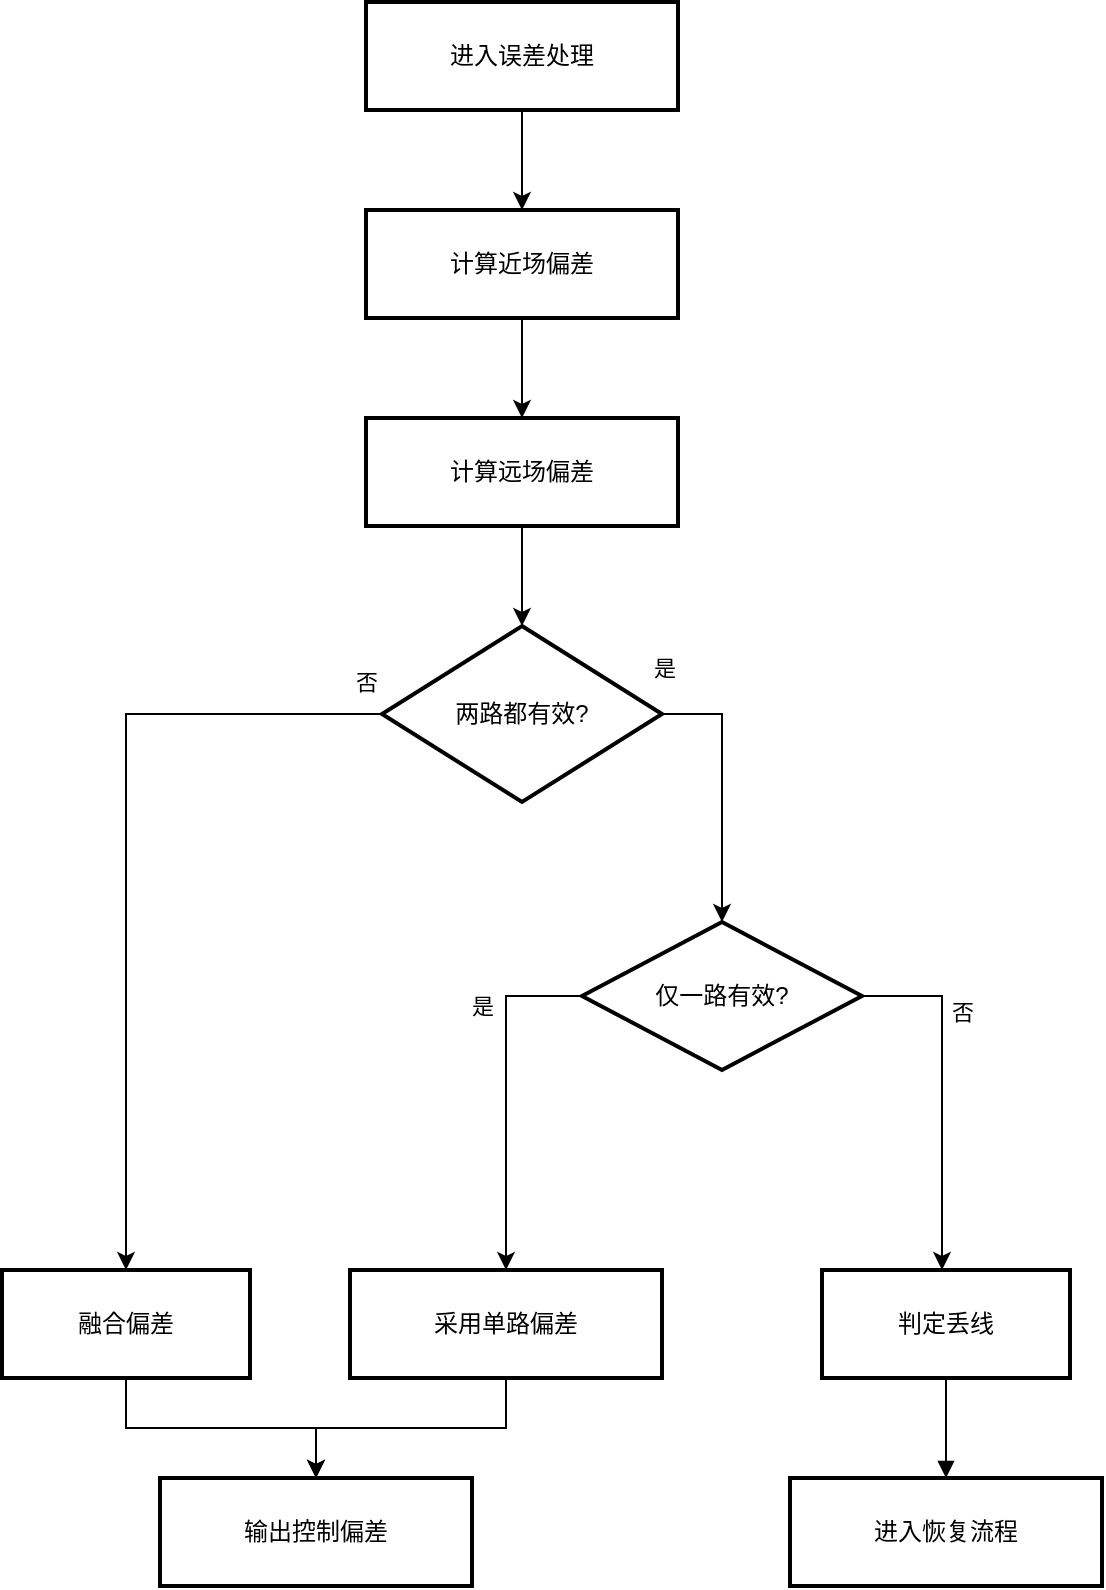
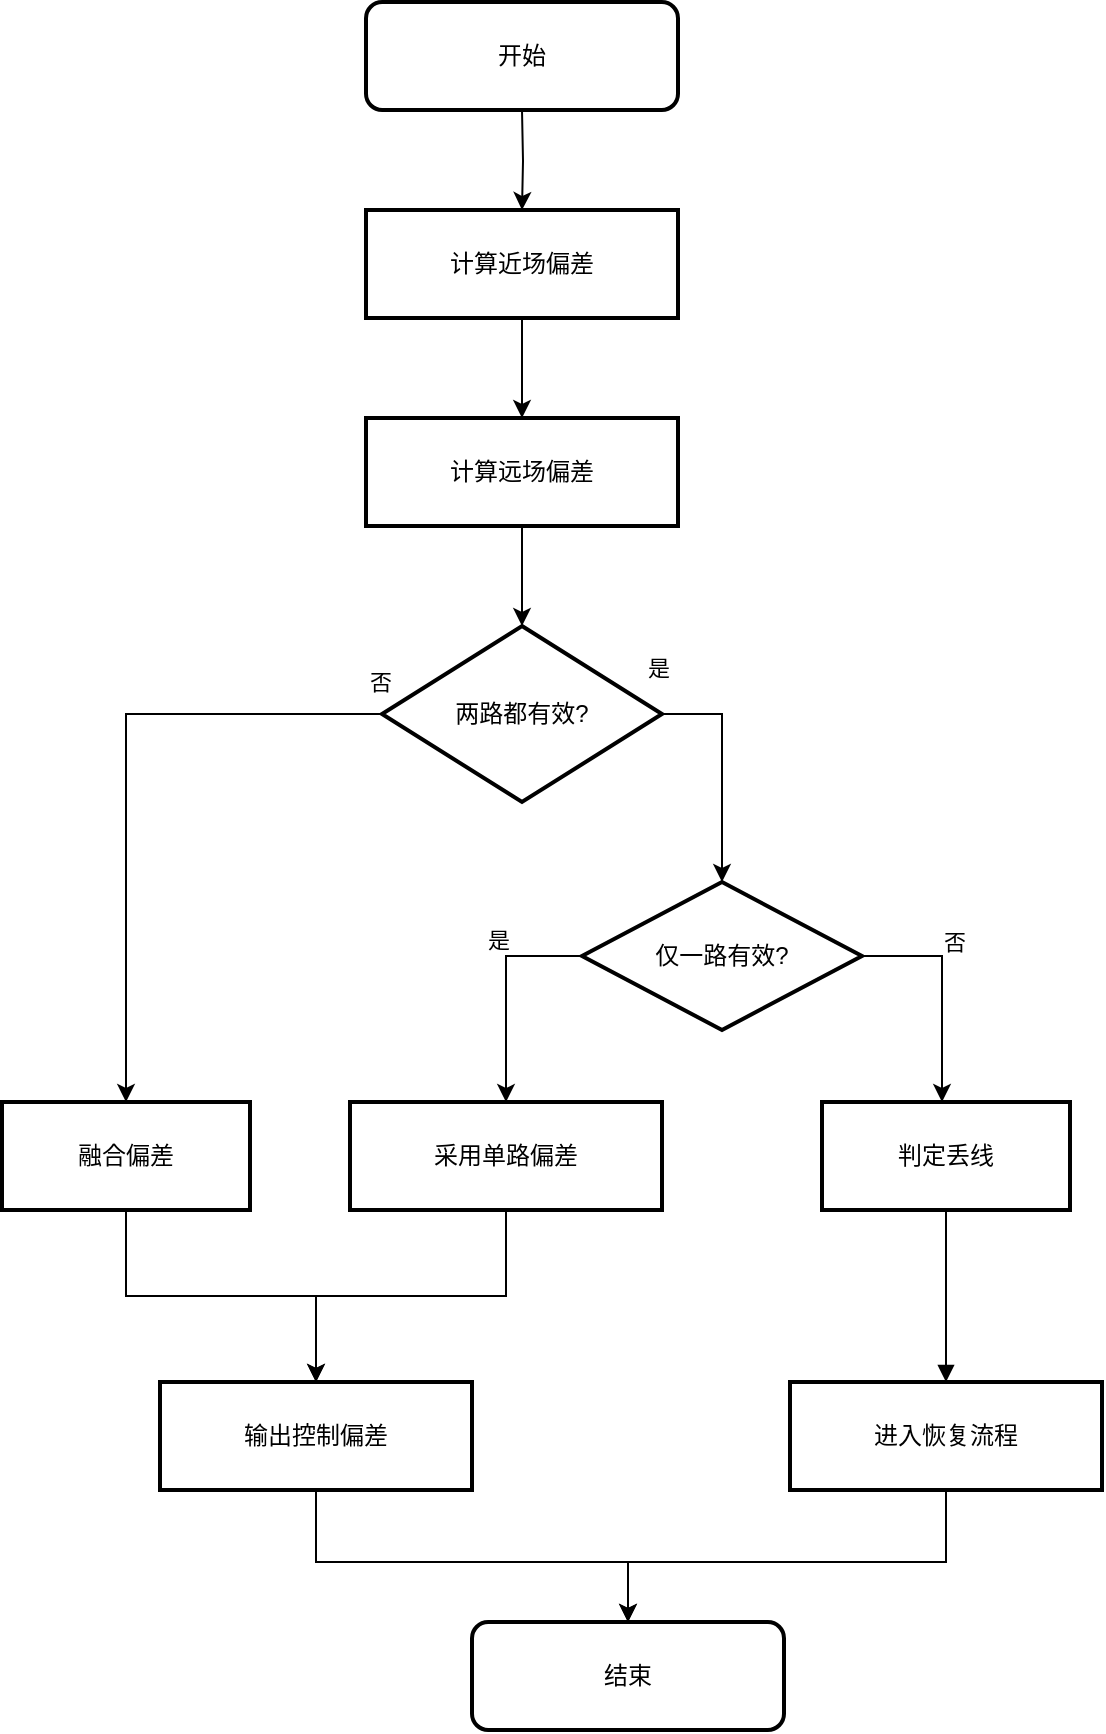
<mxfile host="app.diagrams.net">
  <diagram name="第 1 页" id="6ZN7ejQheA7mpfsWvkvQ">
-     <mxGraphModel dx="1377" dy="796" grid="1" gridSize="10" guides="1" tooltips="1" connect="1" arrows="1" fold="1" page="1" pageScale="1" pageWidth="827" pageHeight="1169" math="0" shadow="0">
+     <mxGraphModel dx="832" dy="465" grid="1" gridSize="10" guides="1" tooltips="1" connect="1" arrows="1" fold="1" page="1" pageScale="1" pageWidth="827" pageHeight="1169" math="0" shadow="0">
      <root>
        <mxCell id="0" />
        <mxCell id="1" parent="0" />
-         <mxCell id="a6NCEpF008HiBpCuohEk-43" edge="1" parent="1" source="a6NCEpF008HiBpCuohEk-23" style="edgeStyle=orthogonalEdgeStyle;rounded=0;orthogonalLoop=1;jettySize=auto;html=1;" target="a6NCEpF008HiBpCuohEk-24" value="">
-           <mxGeometry relative="1" as="geometry" />
-         </mxCell>
-         <mxCell id="a6NCEpF008HiBpCuohEk-23" parent="1" style="whiteSpace=wrap;strokeWidth=2;fillColor=none;" value="进入误差处理" vertex="1">
-           <mxGeometry height="54" width="156" x="202" y="20" as="geometry" />
+         <mxCell id="a6NCEpF008HiBpCuohEk-43" edge="1" parent="1" style="edgeStyle=orthogonalEdgeStyle;rounded=0;orthogonalLoop=1;jettySize=auto;html=1;" target="a6NCEpF008HiBpCuohEk-24" value="">
+           <mxGeometry relative="1" as="geometry">
+             <mxPoint x="279.9999999999999" y="73.99999999999994" as="sourcePoint" />
+           </mxGeometry>
        </mxCell>
        <mxCell id="a6NCEpF008HiBpCuohEk-44" edge="1" parent="1" source="a6NCEpF008HiBpCuohEk-24" style="edgeStyle=orthogonalEdgeStyle;rounded=0;orthogonalLoop=1;jettySize=auto;html=1;" target="a6NCEpF008HiBpCuohEk-25" value="">
          <mxGeometry relative="1" as="geometry" />
        </mxCell>
        <mxCell id="a6NCEpF008HiBpCuohEk-24" parent="1" style="whiteSpace=wrap;strokeWidth=2;fillColor=none;" value="计算近场偏差" vertex="1">
          <mxGeometry height="54" width="156" x="202" y="124" as="geometry" />
        </mxCell>
        <mxCell id="a6NCEpF008HiBpCuohEk-45" edge="1" parent="1" source="a6NCEpF008HiBpCuohEk-25" style="edgeStyle=orthogonalEdgeStyle;rounded=0;orthogonalLoop=1;jettySize=auto;html=1;" target="a6NCEpF008HiBpCuohEk-26" value="">
          <mxGeometry relative="1" as="geometry" />
        </mxCell>
        <mxCell id="a6NCEpF008HiBpCuohEk-25" parent="1" style="whiteSpace=wrap;strokeWidth=2;fillColor=none;" value="计算远场偏差" vertex="1">
          <mxGeometry height="54" width="156" x="202" y="228" as="geometry" />
        </mxCell>
        <mxCell id="a6NCEpF008HiBpCuohEk-46" edge="1" parent="1" source="a6NCEpF008HiBpCuohEk-26" style="edgeStyle=orthogonalEdgeStyle;rounded=0;orthogonalLoop=1;jettySize=auto;html=1;entryX=0.5;entryY=0;entryDx=0;entryDy=0;" target="a6NCEpF008HiBpCuohEk-27">
          <mxGeometry relative="1" as="geometry" />
        </mxCell>
        <mxCell id="a6NCEpF008HiBpCuohEk-53" connectable="0" parent="a6NCEpF008HiBpCuohEk-46" style="edgeLabel;html=1;align=center;verticalAlign=middle;resizable=0;points=[];" value="否" vertex="1">
          <mxGeometry relative="1" x="-0.8468" y="-3" as="geometry">
            <mxPoint x="23" y="-13" as="offset" />
          </mxGeometry>
        </mxCell>
        <mxCell id="a6NCEpF008HiBpCuohEk-47" edge="1" parent="1" source="a6NCEpF008HiBpCuohEk-26" style="edgeStyle=orthogonalEdgeStyle;rounded=0;orthogonalLoop=1;jettySize=auto;html=1;entryX=0.5;entryY=0;entryDx=0;entryDy=0;" target="a6NCEpF008HiBpCuohEk-28">
          <mxGeometry relative="1" as="geometry">
            <Array as="points">
              <mxPoint x="380" y="376" />
            </Array>
            <mxPoint x="380" y="540" as="targetPoint" />
          </mxGeometry>
        </mxCell>
        <mxCell id="a6NCEpF008HiBpCuohEk-52" connectable="0" parent="a6NCEpF008HiBpCuohEk-47" style="edgeLabel;html=1;align=center;verticalAlign=middle;resizable=0;points=[];" value="是" vertex="1">
          <mxGeometry relative="1" x="-0.6406" y="1" as="geometry">
            <mxPoint x="-23" y="-22" as="offset" />
          </mxGeometry>
        </mxCell>
        <mxCell id="a6NCEpF008HiBpCuohEk-26" parent="1" style="rhombus;strokeWidth=2;whiteSpace=wrap;fillColor=none;" value="两路都有效?" vertex="1">
          <mxGeometry height="88" width="140" x="210" y="332" as="geometry" />
        </mxCell>
        <mxCell id="a6NCEpF008HiBpCuohEk-54" edge="1" parent="1" source="a6NCEpF008HiBpCuohEk-27" style="edgeStyle=orthogonalEdgeStyle;rounded=0;orthogonalLoop=1;jettySize=auto;html=1;entryX=0.5;entryY=0;entryDx=0;entryDy=0;" target="a6NCEpF008HiBpCuohEk-31">
          <mxGeometry relative="1" as="geometry" />
        </mxCell>
        <mxCell id="a6NCEpF008HiBpCuohEk-27" parent="1" style="whiteSpace=wrap;strokeWidth=2;fillColor=none;" value="融合偏差" vertex="1">
-           <mxGeometry height="54" width="124" x="20" y="654" as="geometry" />
+           <mxGeometry height="54" width="124" x="20" y="570" as="geometry" />
        </mxCell>
        <mxCell id="a6NCEpF008HiBpCuohEk-48" edge="1" parent="1" source="a6NCEpF008HiBpCuohEk-28" style="edgeStyle=orthogonalEdgeStyle;rounded=0;orthogonalLoop=1;jettySize=auto;html=1;entryX=0.5;entryY=0;entryDx=0;entryDy=0;" target="a6NCEpF008HiBpCuohEk-29">
          <mxGeometry relative="1" as="geometry">
            <Array as="points">
-               <mxPoint x="272" y="517" />
+               <mxPoint x="272" y="497" />
            </Array>
          </mxGeometry>
        </mxCell>
        <mxCell id="a6NCEpF008HiBpCuohEk-49" connectable="0" parent="a6NCEpF008HiBpCuohEk-48" style="edgeLabel;html=1;align=center;verticalAlign=middle;resizable=0;points=[];" value="是" vertex="1">
          <mxGeometry relative="1" x="-0.4287" y="-1" as="geometry">
            <mxPoint x="-11" y="-7" as="offset" />
          </mxGeometry>
        </mxCell>
        <mxCell id="a6NCEpF008HiBpCuohEk-50" edge="1" parent="1" source="a6NCEpF008HiBpCuohEk-28" style="edgeStyle=orthogonalEdgeStyle;rounded=0;orthogonalLoop=1;jettySize=auto;html=1;" target="a6NCEpF008HiBpCuohEk-30">
          <mxGeometry relative="1" as="geometry">
            <Array as="points">
-               <mxPoint x="490" y="517" />
+               <mxPoint x="490" y="497" />
            </Array>
          </mxGeometry>
        </mxCell>
        <mxCell id="a6NCEpF008HiBpCuohEk-51" connectable="0" parent="a6NCEpF008HiBpCuohEk-50" style="edgeLabel;html=1;align=center;verticalAlign=middle;resizable=0;points=[];" value="否" vertex="1">
          <mxGeometry relative="1" x="-0.5" as="geometry">
-             <mxPoint x="10" y="3" as="offset" />
+             <mxPoint x="17" y="-7" as="offset" />
          </mxGeometry>
        </mxCell>
        <mxCell id="a6NCEpF008HiBpCuohEk-28" parent="1" style="rhombus;strokeWidth=2;whiteSpace=wrap;fillColor=none;" value="仅一路有效?" vertex="1">
-           <mxGeometry height="74" width="140" x="310" y="480" as="geometry" />
+           <mxGeometry height="74" width="140" x="310" y="460" as="geometry" />
        </mxCell>
        <mxCell id="a6NCEpF008HiBpCuohEk-55" edge="1" parent="1" source="a6NCEpF008HiBpCuohEk-29" style="edgeStyle=orthogonalEdgeStyle;rounded=0;orthogonalLoop=1;jettySize=auto;html=1;entryX=0.5;entryY=0;entryDx=0;entryDy=0;" target="a6NCEpF008HiBpCuohEk-31">
          <mxGeometry relative="1" as="geometry" />
        </mxCell>
        <mxCell id="a6NCEpF008HiBpCuohEk-29" parent="1" style="whiteSpace=wrap;strokeWidth=2;fillColor=none;" value="采用单路偏差" vertex="1">
-           <mxGeometry height="54" width="156" x="194" y="654" as="geometry" />
+           <mxGeometry height="54" width="156" x="194" y="570" as="geometry" />
        </mxCell>
        <mxCell id="a6NCEpF008HiBpCuohEk-30" parent="1" style="whiteSpace=wrap;strokeWidth=2;fillColor=none;" value="判定丢线" vertex="1">
-           <mxGeometry height="54" width="124" x="430" y="654" as="geometry" />
+           <mxGeometry height="54" width="124" x="430" y="570" as="geometry" />
+         </mxCell>
+         <mxCell id="vZULp3wV2ur51sZqB0oX-3" edge="1" parent="1" source="a6NCEpF008HiBpCuohEk-31" style="edgeStyle=orthogonalEdgeStyle;rounded=0;orthogonalLoop=1;jettySize=auto;html=1;" target="vZULp3wV2ur51sZqB0oX-2">
+           <mxGeometry relative="1" as="geometry">
+             <Array as="points">
+               <mxPoint x="177" y="800" />
+               <mxPoint x="333" y="800" />
+             </Array>
+           </mxGeometry>
        </mxCell>
        <mxCell id="a6NCEpF008HiBpCuohEk-31" parent="1" style="whiteSpace=wrap;strokeWidth=2;fillColor=none;" value="输出控制偏差" vertex="1">
-           <mxGeometry height="54" width="156" x="99" y="758" as="geometry" />
+           <mxGeometry height="54" width="156" x="99" y="710" as="geometry" />
+         </mxCell>
+         <mxCell id="vZULp3wV2ur51sZqB0oX-4" edge="1" parent="1" source="a6NCEpF008HiBpCuohEk-32" style="edgeStyle=orthogonalEdgeStyle;rounded=0;orthogonalLoop=1;jettySize=auto;html=1;entryX=0.5;entryY=0;entryDx=0;entryDy=0;" target="vZULp3wV2ur51sZqB0oX-2">
+           <mxGeometry relative="1" as="geometry">
+             <Array as="points">
+               <mxPoint x="492" y="800" />
+               <mxPoint x="333" y="800" />
+             </Array>
+           </mxGeometry>
        </mxCell>
        <mxCell id="a6NCEpF008HiBpCuohEk-32" parent="1" style="whiteSpace=wrap;strokeWidth=2;fillColor=none;" value="进入恢复流程" vertex="1">
-           <mxGeometry height="54" width="156" x="414" y="758" as="geometry" />
+           <mxGeometry height="54" width="156" x="414" y="710" as="geometry" />
        </mxCell>
        <mxCell id="a6NCEpF008HiBpCuohEk-42" edge="1" parent="1" source="a6NCEpF008HiBpCuohEk-30" style="curved=1;startArrow=none;endArrow=block;exitX=0.5;exitY=1;entryX=0.5;entryY=0;rounded=0;" target="a6NCEpF008HiBpCuohEk-32" value="">
          <mxGeometry relative="1" as="geometry">
            <Array as="points" />
          </mxGeometry>
        </mxCell>
+         <mxCell id="vZULp3wV2ur51sZqB0oX-1" parent="1" style="rounded=1;whiteSpace=wrap;html=1;fillColor=none;strokeWidth=2;" value="开始" vertex="1">
+           <mxGeometry height="54" width="156" x="202" y="20" as="geometry" />
+         </mxCell>
+         <mxCell id="vZULp3wV2ur51sZqB0oX-2" parent="1" style="rounded=1;whiteSpace=wrap;html=1;fillColor=none;strokeWidth=2;" value="结束" vertex="1">
+           <mxGeometry height="54" width="156" x="255" y="830" as="geometry" />
+         </mxCell>
      </root>
    </mxGraphModel>
  </diagram>
</mxfile>
